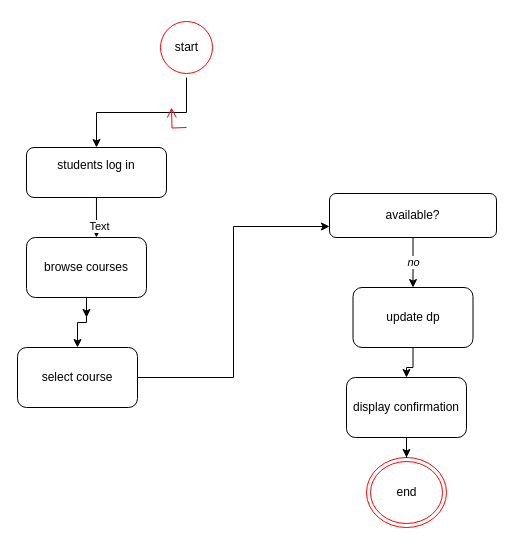
Above: Untitled Diagram.drawio in rinadmostafa68-svg/Lab-6 (draw.io), before the change. Source tidied: cells renumbered, new cells numbered last; positions are measured from the earlier drawing's top-left corner, leaving out a move shared by most shapes. Both pictures are drawn from the tidied source at 100%, with x=0, y=0 at pixel (17, 17).
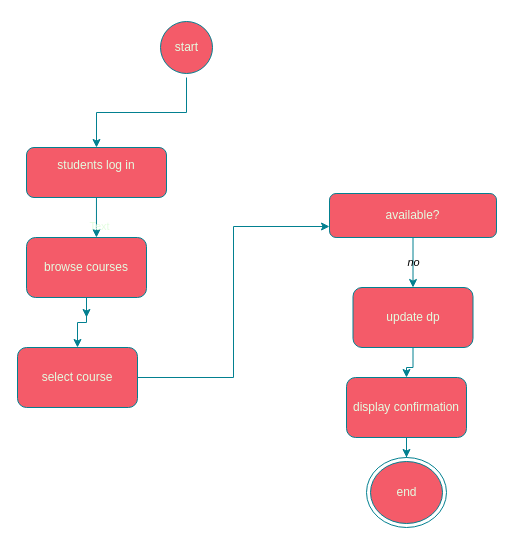
After the change.

Diff of the diagram source:
```diff
@@
-    <mxCell id="2" style="edgeStyle=orthogonalEdgeStyle;rounded=0;jettySize=auto;html=1;exitX=0.5;exitY=1;exitDx=0;exitDy=0;" parent="1" edge="1" source="3" target="8">
+    <mxCell id="2" style="edgeStyle=orthogonalEdgeStyle;rounded=0;jettySize=auto;html=1;exitX=0.5;exitY=1;exitDx=0;exitDy=0;labelBackgroundColor=none;strokeColor=#028090;fontColor=default;" parent="1" edge="1" source="3" target="8">
       <mxGeometry relative="1" as="geometry" />
     </mxCell>
-    <mxCell id="3" value="start" style="ellipse;html=1;shape=startState;fillColor=#FFFFFF;strokeColor=#ff0000;fontColor=#000000;" parent="1" vertex="1">
+    <mxCell id="3" value="start" style="ellipse;html=1;shape=startState;fillColor=#F45B69;strokeColor=#028090;fontColor=#E4FDE1;labelBackgroundColor=none;" parent="1" vertex="1">
       <mxGeometry x="139" width="60" height="60" as="geometry" />
     </mxCell>
-    <mxCell id="4" style="edgeStyle=orthogonalEdgeStyle;html=1;verticalAlign=bottom;endArrow=open;endSize=8;strokeColor=#ff0000;rounded=0;" parent="1" edge="1">
-      <mxGeometry relative="1" as="geometry">
-        <mxPoint x="169" y="110" as="sourcePoint" />
-        <mxPoint x="154" y="90" as="targetPoint" />
-      </mxGeometry>
-    </mxCell>
-    <mxCell id="5" value="end" style="ellipse;html=1;shape=endState;fillColor=#FFFFFF;strokeColor=#ff0000;" parent="1" vertex="1">
+    <mxCell id="5" value="end" style="ellipse;html=1;shape=endState;fillColor=#F45B69;strokeColor=#028090;labelBackgroundColor=none;fontColor=#E4FDE1;" parent="1" vertex="1">
       <mxGeometry x="349" y="440" width="80" height="70" as="geometry" />
     </mxCell>
-    <mxCell id="6" style="edgeStyle=orthogonalEdgeStyle;rounded=0;jettySize=auto;html=1;entryX=0.583;entryY=0;entryDx=0;entryDy=0;entryPerimeter=0;" parent="1" edge="1" source="8" target="11">
+    <mxCell id="6" style="edgeStyle=orthogonalEdgeStyle;rounded=0;jettySize=auto;html=1;entryX=0.583;entryY=0;entryDx=0;entryDy=0;entryPerimeter=0;labelBackgroundColor=none;strokeColor=#028090;fontColor=default;" parent="1" edge="1" source="8" target="11">
       <mxGeometry relative="1" as="geometry" />
     </mxCell>
-    <mxCell id="7" value="Text" style="edgeLabel;html=1;align=center;verticalAlign=middle;" parent="6" vertex="1">
+    <mxCell id="7" value="Text" style="edgeLabel;html=1;align=center;verticalAlign=middle;labelBackgroundColor=none;fontColor=#E4FDE1;" parent="6" vertex="1">
       <mxGeometry x="0.4" y="3" relative="1" as="geometry" />
     </mxCell>
-    <mxCell id="8" value="students log in&lt;div&gt;&lt;br&gt;&lt;/div&gt;" style="rounded=1;whiteSpace=wrap;html=1;" parent="1" vertex="1">
+    <mxCell id="8" value="students log in&lt;div&gt;&lt;br&gt;&lt;/div&gt;" style="rounded=1;whiteSpace=wrap;html=1;labelBackgroundColor=none;fillColor=#F45B69;strokeColor=#028090;fontColor=#E4FDE1;" parent="1" vertex="1">
       <mxGeometry x="9" y="130" width="140" height="50" as="geometry" />
     </mxCell>
-    <mxCell id="9" style="edgeStyle=orthogonalEdgeStyle;rounded=0;jettySize=auto;html=1;" parent="1" edge="1" source="11">
+    <mxCell id="9" style="edgeStyle=orthogonalEdgeStyle;rounded=0;jettySize=auto;html=1;labelBackgroundColor=none;strokeColor=#028090;fontColor=default;" parent="1" edge="1" source="11">
       <mxGeometry relative="1" as="geometry">
         <mxPoint x="69" y="300" as="targetPoint" />
       </mxGeometry>
     </mxCell>
-    <mxCell id="10" style="edgeStyle=orthogonalEdgeStyle;rounded=0;jettySize=auto;html=1;" parent="1" edge="1" source="11" target="13">
+    <mxCell id="10" style="edgeStyle=orthogonalEdgeStyle;rounded=0;jettySize=auto;html=1;labelBackgroundColor=none;strokeColor=#028090;fontColor=default;" parent="1" edge="1" source="11" target="13">
       <mxGeometry relative="1" as="geometry" />
     </mxCell>
-    <mxCell id="11" value="browse courses" style="rounded=1;whiteSpace=wrap;html=1;" parent="1" vertex="1">
+    <mxCell id="11" value="browse courses" style="rounded=1;whiteSpace=wrap;html=1;labelBackgroundColor=none;fillColor=#F45B69;strokeColor=#028090;fontColor=#E4FDE1;" parent="1" vertex="1">
       <mxGeometry x="9" y="220" width="120" height="60" as="geometry" />
     </mxCell>
-    <mxCell id="12" style="edgeStyle=orthogonalEdgeStyle;rounded=0;jettySize=auto;html=1;entryX=0;entryY=0.75;entryDx=0;entryDy=0;" parent="1" edge="1" source="13" target="15">
+    <mxCell id="12" style="edgeStyle=orthogonalEdgeStyle;rounded=0;jettySize=auto;html=1;entryX=0;entryY=0.75;entryDx=0;entryDy=0;labelBackgroundColor=none;strokeColor=#028090;fontColor=default;" parent="1" edge="1" source="13" target="15">
       <mxGeometry relative="1" as="geometry" />
     </mxCell>
-    <mxCell id="13" value="select course" style="rounded=1;whiteSpace=wrap;html=1;" parent="1" vertex="1">
+    <mxCell id="13" value="select course" style="rounded=1;whiteSpace=wrap;html=1;labelBackgroundColor=none;fillColor=#F45B69;strokeColor=#028090;fontColor=#E4FDE1;" parent="1" vertex="1">
       <mxGeometry y="330" width="120" height="60" as="geometry" />
     </mxCell>
-    <mxCell id="14" value="no" style="edgeStyle=orthogonalEdgeStyle;rounded=0;jettySize=auto;html=1;fontStyle=2;" parent="1" edge="1" source="15" target="17">
+    <mxCell id="14" value="no" style="edgeStyle=orthogonalEdgeStyle;rounded=0;jettySize=auto;html=1;fontStyle=2;labelBackgroundColor=none;strokeColor=#028090;fontColor=default;" parent="1" edge="1" source="15" target="17">
       <mxGeometry relative="1" as="geometry" />
     </mxCell>
-    <mxCell id="15" value="available?" style="rounded=1;whiteSpace=wrap;html=1;" parent="1" vertex="1">
+    <mxCell id="15" value="available?" style="rounded=1;whiteSpace=wrap;html=1;labelBackgroundColor=none;fillColor=#F45B69;strokeColor=#028090;fontColor=#E4FDE1;" parent="1" vertex="1">
       <mxGeometry x="312" y="176" width="167" height="44" as="geometry" />
     </mxCell>
-    <mxCell id="16" style="edgeStyle=orthogonalEdgeStyle;rounded=0;jettySize=auto;html=1;" parent="1" edge="1" source="17" target="19">
+    <mxCell id="16" style="edgeStyle=orthogonalEdgeStyle;rounded=0;jettySize=auto;html=1;labelBackgroundColor=none;strokeColor=#028090;fontColor=default;" parent="1" edge="1" source="17" target="19">
       <mxGeometry relative="1" as="geometry" />
     </mxCell>
-    <mxCell id="17" value="update dp" style="rounded=1;whiteSpace=wrap;html=1;" parent="1" vertex="1">
+    <mxCell id="17" value="update dp" style="rounded=1;whiteSpace=wrap;html=1;labelBackgroundColor=none;fillColor=#F45B69;strokeColor=#028090;fontColor=#E4FDE1;" parent="1" vertex="1">
       <mxGeometry x="335.5" y="270" width="120" height="60" as="geometry" />
     </mxCell>
-    <mxCell id="18" style="edgeStyle=orthogonalEdgeStyle;rounded=0;jettySize=auto;html=1;" parent="1" edge="1" source="19" target="5">
+    <mxCell id="18" style="edgeStyle=orthogonalEdgeStyle;rounded=0;jettySize=auto;html=1;labelBackgroundColor=none;strokeColor=#028090;fontColor=default;" parent="1" edge="1" source="19" target="5">
       <mxGeometry relative="1" as="geometry" />
     </mxCell>
-    <mxCell id="19" value="display confirmation" style="rounded=1;whiteSpace=wrap;html=1;" parent="1" vertex="1">
+    <mxCell id="19" value="display confirmation" style="rounded=1;whiteSpace=wrap;html=1;labelBackgroundColor=none;fillColor=#F45B69;strokeColor=#028090;fontColor=#E4FDE1;" parent="1" vertex="1">
       <mxGeometry x="329" y="360" width="120" height="60" as="geometry" />
     </mxCell>
```
